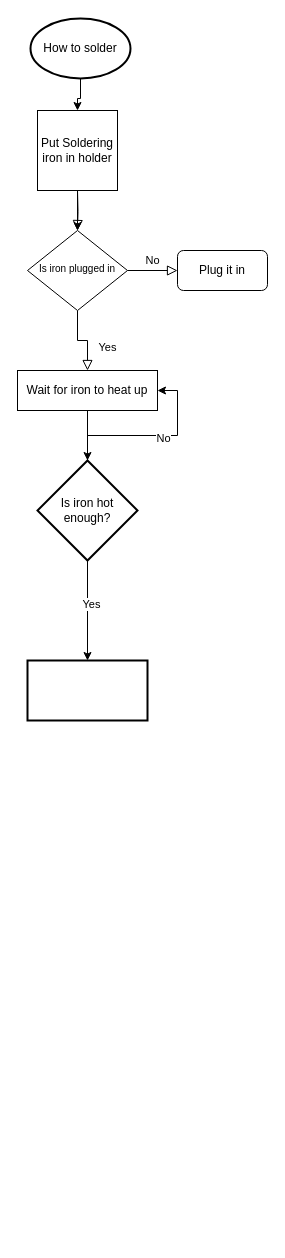
This is Untitled Diagram.drawio from Chiron8/Ch1llyB1lly, a draw.io file, before an edit. Source tidied: cells renumbered, new cells numbered last; positions are measured from the earlier drawing's top-left corner, leaving out a move shared by most shapes. Both pictures are drawn from the tidied source at 100%, with x=0, y=0 at pixel (17, 18).
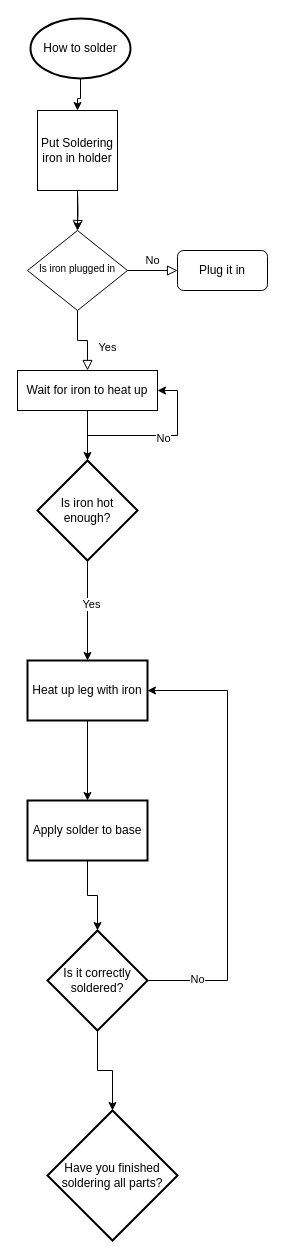
Above is the later version.

What changed in the source:
```diff
@@
+    <mxCell id="20" style="edgeStyle=orthogonalEdgeStyle;rounded=0;jettySize=auto;html=1;" parent="1" edge="1" source="19" target="22">
+      <mxGeometry relative="1" as="geometry" />
+    </mxCell>
-    <mxCell id="19" style="whiteSpace=wrap;html=1;strokeWidth=2;" parent="1" vertex="1">
+    <mxCell id="19" value="Heat up leg with iron" style="whiteSpace=wrap;html=1;strokeWidth=2;" parent="1" vertex="1">
       <mxGeometry x="10" y="642" width="120" height="60" as="geometry" />
     </mxCell>
+    <mxCell id="21" style="edgeStyle=orthogonalEdgeStyle;rounded=0;jettySize=auto;html=1;" parent="1" edge="1" source="22" target="26">
+      <mxGeometry relative="1" as="geometry" />
+    </mxCell>
+    <mxCell id="22" value="Apply solder to base" style="whiteSpace=wrap;html=1;strokeWidth=2;" parent="1" vertex="1">
+      <mxGeometry x="10" y="782" width="120" height="60" as="geometry" />
+    </mxCell>
+    <mxCell id="23" style="edgeStyle=orthogonalEdgeStyle;rounded=0;jettySize=auto;html=1;entryX=1;entryY=0.5;entryDx=0;entryDy=0;" parent="1" edge="1" source="26" target="19">
+      <mxGeometry relative="1" as="geometry">
+        <Array as="points">
+          <mxPoint x="210" y="962" />
+          <mxPoint x="210" y="672" />
+        </Array>
+      </mxGeometry>
+    </mxCell>
+    <mxCell id="24" value="No" style="edgeLabel;html=1;align=center;verticalAlign=middle;" parent="23" vertex="1">
+      <mxGeometry x="-0.78" y="2" relative="1" as="geometry" />
+    </mxCell>
+    <mxCell id="25" style="edgeStyle=orthogonalEdgeStyle;rounded=0;jettySize=auto;html=1;" parent="1" edge="1" source="26" target="27">
+      <mxGeometry relative="1" as="geometry" />
+    </mxCell>
+    <mxCell id="26" value="Is it correctly soldered?" style="rhombus;whiteSpace=wrap;html=1;strokeWidth=2;" parent="1" vertex="1">
+      <mxGeometry x="30" y="912" width="100" height="100" as="geometry" />
+    </mxCell>
+    <mxCell id="27" value="Have you finished soldering all parts?" style="rhombus;whiteSpace=wrap;html=1;strokeWidth=2;" parent="1" vertex="1">
+      <mxGeometry x="30" y="1092" width="130" height="130" as="geometry" />
+    </mxCell>
```
